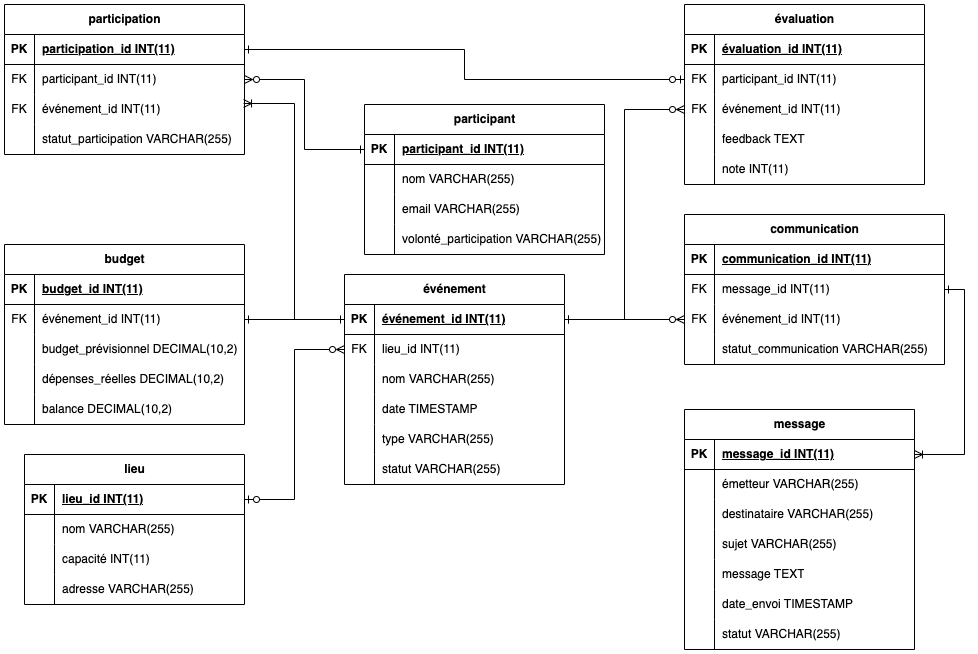
Earlier version of the draw.io export UML/Exercices/Correction/07b - Modèle Entité-Relation - Diagramme.png (nicolasvauchenet/cours_methodologie_1_formateur). Source tidied: cells renumbered, new cells last; positions are measured from the earlier drawing's top-left corner, leaving out a move shared by most shapes.
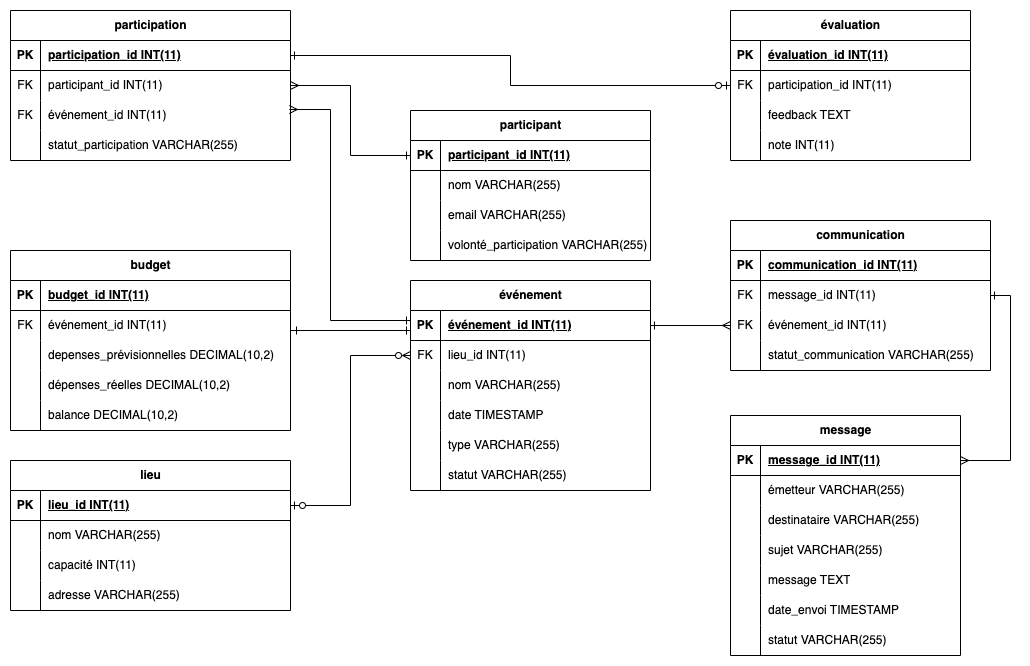
After the change.

The edit, as a diff of the source:
```diff
@@ -5,6 +5,6 @@
     <mxCell id="2" value="événement" style="shape=table;startSize=30;rowLines=0;fontStyle=1;align=center;html=1;" parent="1" vertex="1">
-      <mxGeometry x="340" y="270" width="220" height="210" as="geometry" />
+      <mxGeometry x="360" y="270" width="240" height="210" as="geometry" />
     </mxCell>
     <mxCell id="3" style="shape=tableRow;horizontal=0;startSize=0;swimlaneHead=0;swimlaneBody=0;fillColor=none;points=[[0,0.5],[1,0.5]];portConstraint=eastwest;top=0;left=0;right=0;bottom=1;" parent="2" vertex="1">
-      <mxGeometry y="30" width="220" height="30" as="geometry" />
+      <mxGeometry y="30" width="240" height="30" as="geometry" />
     </mxCell>
@@ -14,6 +14,6 @@
     <mxCell id="5" value="événement_id INT(11)" style="shape=partialRectangle;fillColor=none;top=0;left=0;bottom=0;right=0;align=left;spacingLeft=6;fontStyle=5;overflow=hidden;whiteSpace=wrap;html=1;" parent="3" vertex="1">
-      <mxGeometry x="30" width="190" height="30" as="geometry" />
+      <mxGeometry x="30" width="210" height="30" as="geometry" />
     </mxCell>
     <mxCell id="6" style="shape=tableRow;horizontal=0;startSize=0;swimlaneHead=0;swimlaneBody=0;fillColor=none;points=[[0,0.5],[1,0.5]];portConstraint=eastwest;top=0;left=0;right=0;bottom=0;" parent="2" vertex="1">
-      <mxGeometry y="60" width="220" height="30" as="geometry" />
+      <mxGeometry y="60" width="240" height="30" as="geometry" />
     </mxCell>
@@ -23,6 +23,6 @@
     <mxCell id="8" value="lieu_id INT(11)" style="shape=partialRectangle;fillColor=none;top=0;left=0;bottom=0;right=0;align=left;spacingLeft=6;overflow=hidden;whiteSpace=wrap;html=1;" parent="6" vertex="1">
-      <mxGeometry x="30" width="190" height="30" as="geometry" />
+      <mxGeometry x="30" width="210" height="30" as="geometry" />
     </mxCell>
     <mxCell id="9" style="shape=tableRow;horizontal=0;startSize=0;swimlaneHead=0;swimlaneBody=0;fillColor=none;top=0;left=0;right=0;bottom=0;" parent="2" vertex="1">
-      <mxGeometry y="90" width="220" height="30" as="geometry" />
+      <mxGeometry y="90" width="240" height="30" as="geometry" />
     </mxCell>
@@ -32,6 +32,6 @@
     <mxCell id="11" value="nom VARCHAR(255)" style="shape=partialRectangle;fillColor=none;top=0;left=0;bottom=0;right=0;align=left;spacingLeft=6;overflow=hidden;whiteSpace=wrap;html=1;" parent="9" vertex="1">
-      <mxGeometry x="30" width="190" height="30" as="geometry" />
+      <mxGeometry x="30" width="210" height="30" as="geometry" />
     </mxCell>
     <mxCell id="12" style="shape=tableRow;horizontal=0;startSize=0;swimlaneHead=0;swimlaneBody=0;fillColor=none;top=0;left=0;right=0;bottom=0;" parent="2" vertex="1">
-      <mxGeometry y="120" width="220" height="30" as="geometry" />
+      <mxGeometry y="120" width="240" height="30" as="geometry" />
     </mxCell>
@@ -41,6 +41,6 @@
     <mxCell id="14" value="date TIMESTAMP" style="shape=partialRectangle;fillColor=none;top=0;left=0;bottom=0;right=0;align=left;spacingLeft=6;overflow=hidden;whiteSpace=wrap;html=1;" parent="12" vertex="1">
-      <mxGeometry x="30" width="190" height="30" as="geometry" />
+      <mxGeometry x="30" width="210" height="30" as="geometry" />
     </mxCell>
     <mxCell id="15" style="shape=tableRow;horizontal=0;startSize=0;swimlaneHead=0;swimlaneBody=0;fillColor=none;top=0;left=0;right=0;bottom=0;" parent="2" vertex="1">
-      <mxGeometry y="150" width="220" height="30" as="geometry" />
+      <mxGeometry y="150" width="240" height="30" as="geometry" />
     </mxCell>
@@ -50,6 +50,6 @@
     <mxCell id="17" value="type VARCHAR(255)" style="shape=partialRectangle;fillColor=none;top=0;left=0;bottom=0;right=0;align=left;spacingLeft=6;overflow=hidden;whiteSpace=wrap;html=1;" parent="15" vertex="1">
-      <mxGeometry x="30" width="190" height="30" as="geometry" />
+      <mxGeometry x="30" width="210" height="30" as="geometry" />
     </mxCell>
     <mxCell id="18" style="shape=tableRow;horizontal=0;startSize=0;swimlaneHead=0;swimlaneBody=0;fillColor=none;top=0;left=0;right=0;bottom=0;" parent="2" vertex="1">
-      <mxGeometry y="180" width="220" height="30" as="geometry" />
+      <mxGeometry y="180" width="240" height="30" as="geometry" />
     </mxCell>
@@ -59,9 +59,9 @@
     <mxCell id="20" value="statut VARCHAR(255)" style="shape=partialRectangle;fillColor=none;top=0;left=0;bottom=0;right=0;align=left;spacingLeft=6;overflow=hidden;whiteSpace=wrap;html=1;" parent="18" vertex="1">
-      <mxGeometry x="30" width="190" height="30" as="geometry" />
+      <mxGeometry x="30" width="210" height="30" as="geometry" />
     </mxCell>
     <mxCell id="21" value="lieu" style="shape=table;startSize=30;rowLines=0;fontStyle=1;align=center;html=1;" parent="1" vertex="1">
-      <mxGeometry x="20" y="450" width="220" height="150" as="geometry" />
+      <mxGeometry x="-40" y="450" width="280" height="150" as="geometry" />
     </mxCell>
     <mxCell id="22" style="shape=tableRow;horizontal=0;startSize=0;swimlaneHead=0;swimlaneBody=0;fillColor=none;points=[[0,0.5],[1,0.5]];portConstraint=eastwest;top=0;left=0;right=0;bottom=1;" parent="21" vertex="1">
-      <mxGeometry y="30" width="220" height="30" as="geometry" />
+      <mxGeometry y="30" width="280" height="30" as="geometry" />
     </mxCell>
@@ -71,6 +71,6 @@
     <mxCell id="24" value="lieu_id INT(11)" style="shape=partialRectangle;fillColor=none;top=0;left=0;bottom=0;right=0;align=left;spacingLeft=6;fontStyle=5;overflow=hidden;whiteSpace=wrap;html=1;" parent="22" vertex="1">
-      <mxGeometry x="30" width="190" height="30" as="geometry" />
+      <mxGeometry x="30" width="250" height="30" as="geometry" />
     </mxCell>
     <mxCell id="25" style="shape=tableRow;horizontal=0;startSize=0;swimlaneHead=0;swimlaneBody=0;fillColor=none;top=0;left=0;right=0;bottom=0;" parent="21" vertex="1">
-      <mxGeometry y="60" width="220" height="30" as="geometry" />
+      <mxGeometry y="60" width="280" height="30" as="geometry" />
     </mxCell>
@@ -80,6 +80,6 @@
     <mxCell id="27" value="nom VARCHAR(255)" style="shape=partialRectangle;fillColor=none;top=0;left=0;bottom=0;right=0;align=left;spacingLeft=6;overflow=hidden;whiteSpace=wrap;html=1;" parent="25" vertex="1">
-      <mxGeometry x="30" width="190" height="30" as="geometry" />
+      <mxGeometry x="30" width="250" height="30" as="geometry" />
     </mxCell>
     <mxCell id="28" style="shape=tableRow;horizontal=0;startSize=0;swimlaneHead=0;swimlaneBody=0;fillColor=none;top=0;left=0;right=0;bottom=0;" parent="21" vertex="1">
-      <mxGeometry y="90" width="220" height="30" as="geometry" />
+      <mxGeometry y="90" width="280" height="30" as="geometry" />
     </mxCell>
@@ -89,6 +89,6 @@
     <mxCell id="30" value="capacité INT(11)" style="shape=partialRectangle;fillColor=none;top=0;left=0;bottom=0;right=0;align=left;spacingLeft=6;overflow=hidden;whiteSpace=wrap;html=1;" parent="28" vertex="1">
-      <mxGeometry x="30" width="190" height="30" as="geometry" />
+      <mxGeometry x="30" width="250" height="30" as="geometry" />
     </mxCell>
     <mxCell id="31" style="shape=tableRow;horizontal=0;startSize=0;swimlaneHead=0;swimlaneBody=0;fillColor=none;top=0;left=0;right=0;bottom=0;" parent="21" vertex="1">
-      <mxGeometry y="120" width="220" height="30" as="geometry" />
+      <mxGeometry y="120" width="280" height="30" as="geometry" />
     </mxCell>
@@ -98,3 +98,3 @@
     <mxCell id="33" value="adresse VARCHAR(255)" style="shape=partialRectangle;fillColor=none;top=0;left=0;bottom=0;right=0;align=left;spacingLeft=6;overflow=hidden;whiteSpace=wrap;html=1;" parent="31" vertex="1">
-      <mxGeometry x="30" width="190" height="30" as="geometry" />
+      <mxGeometry x="30" width="250" height="30" as="geometry" />
     </mxCell>
@@ -140,6 +140,6 @@
     <mxCell id="47" value="participation" style="shape=table;startSize=30;rowLines=0;fontStyle=1;align=center;html=1;" parent="1" vertex="1">
-      <mxGeometry width="240" height="150" as="geometry" />
+      <mxGeometry x="-40" width="280" height="150" as="geometry" />
     </mxCell>
     <mxCell id="48" style="shape=tableRow;horizontal=0;startSize=0;swimlaneHead=0;swimlaneBody=0;fillColor=none;points=[[0,0.5],[1,0.5]];portConstraint=eastwest;top=0;left=0;right=0;bottom=1;" parent="47" vertex="1">
-      <mxGeometry y="30" width="240" height="30" as="geometry" />
+      <mxGeometry y="30" width="280" height="30" as="geometry" />
     </mxCell>
@@ -149,6 +149,6 @@
     <mxCell id="50" value="participation_id INT(11)" style="shape=partialRectangle;fillColor=none;top=0;left=0;bottom=0;right=0;align=left;spacingLeft=6;fontStyle=5;overflow=hidden;whiteSpace=wrap;html=1;" parent="48" vertex="1">
-      <mxGeometry x="30" width="210" height="30" as="geometry" />
+      <mxGeometry x="30" width="250" height="30" as="geometry" />
     </mxCell>
     <mxCell id="51" style="shape=tableRow;horizontal=0;startSize=0;swimlaneHead=0;swimlaneBody=0;fillColor=none;points=[[0,0.5],[1,0.5]];portConstraint=eastwest;top=0;left=0;right=0;bottom=0;" parent="47" vertex="1">
-      <mxGeometry y="60" width="240" height="30" as="geometry" />
+      <mxGeometry y="60" width="280" height="30" as="geometry" />
     </mxCell>
@@ -158,6 +158,6 @@
     <mxCell id="53" value="participant_id INT(11)" style="shape=partialRectangle;fillColor=none;top=0;left=0;bottom=0;right=0;align=left;spacingLeft=6;overflow=hidden;whiteSpace=wrap;html=1;" parent="51" vertex="1">
-      <mxGeometry x="30" width="210" height="30" as="geometry" />
+      <mxGeometry x="30" width="250" height="30" as="geometry" />
     </mxCell>
     <mxCell id="54" style="shape=tableRow;horizontal=0;startSize=0;swimlaneHead=0;swimlaneBody=0;fillColor=none;points=[[0,0.5],[1,0.5]];portConstraint=eastwest;top=0;left=0;right=0;bottom=0;" parent="47" vertex="1">
-      <mxGeometry y="90" width="240" height="30" as="geometry" />
+      <mxGeometry y="90" width="280" height="30" as="geometry" />
     </mxCell>
@@ -167,6 +167,6 @@
     <mxCell id="56" value="événement_id INT(11)" style="shape=partialRectangle;fillColor=none;top=0;left=0;bottom=0;right=0;align=left;spacingLeft=6;overflow=hidden;whiteSpace=wrap;html=1;" parent="54" vertex="1">
-      <mxGeometry x="30" width="210" height="30" as="geometry" />
+      <mxGeometry x="30" width="250" height="30" as="geometry" />
     </mxCell>
     <mxCell id="57" style="shape=tableRow;horizontal=0;startSize=0;swimlaneHead=0;swimlaneBody=0;fillColor=none;top=0;left=0;right=0;bottom=0;" parent="47" vertex="1">
-      <mxGeometry y="120" width="240" height="30" as="geometry" />
+      <mxGeometry y="120" width="280" height="30" as="geometry" />
     </mxCell>
@@ -176,3 +176,3 @@
     <mxCell id="59" value="statut_participation VARCHAR(255)" style="shape=partialRectangle;fillColor=none;top=0;left=0;bottom=0;right=0;align=left;spacingLeft=6;overflow=hidden;whiteSpace=wrap;html=1;" parent="57" vertex="1">
-      <mxGeometry x="30" width="210" height="30" as="geometry" />
+      <mxGeometry x="30" width="250" height="30" as="geometry" />
     </mxCell>
@@ -284,6 +284,6 @@
     <mxCell id="95" value="budget" style="shape=table;startSize=30;rowLines=0;fontStyle=1;align=center;html=1;" parent="1" vertex="1">
-      <mxGeometry y="240" width="240" height="180" as="geometry" />
+      <mxGeometry x="-40" y="240" width="280" height="180" as="geometry" />
     </mxCell>
     <mxCell id="96" style="shape=tableRow;horizontal=0;startSize=0;swimlaneHead=0;swimlaneBody=0;fillColor=none;top=0;left=0;right=0;bottom=1;" parent="95" vertex="1">
-      <mxGeometry y="30" width="240" height="30" as="geometry" />
+      <mxGeometry y="30" width="280" height="30" as="geometry" />
     </mxCell>
@@ -293,6 +293,6 @@
     <mxCell id="98" value="budget_id INT(11)" style="shape=partialRectangle;fillColor=none;top=0;left=0;bottom=0;right=0;align=left;spacingLeft=6;fontStyle=5;overflow=hidden;whiteSpace=wrap;html=1;" parent="96" vertex="1">
-      <mxGeometry x="30" width="210" height="30" as="geometry" />
+      <mxGeometry x="30" width="250" height="30" as="geometry" />
     </mxCell>
     <mxCell id="99" style="shape=tableRow;horizontal=0;startSize=0;swimlaneHead=0;swimlaneBody=0;fillColor=none;points=[[0,0.5],[1,0.5]];portConstraint=eastwest;top=0;left=0;right=0;bottom=0;" parent="95" vertex="1">
-      <mxGeometry y="60" width="240" height="30" as="geometry" />
+      <mxGeometry y="60" width="280" height="30" as="geometry" />
     </mxCell>
@@ -302,6 +302,6 @@
     <mxCell id="101" value="événement_id INT(11)" style="shape=partialRectangle;fillColor=none;top=0;left=0;bottom=0;right=0;align=left;spacingLeft=6;overflow=hidden;whiteSpace=wrap;html=1;" parent="99" vertex="1">
-      <mxGeometry x="30" width="210" height="30" as="geometry" />
+      <mxGeometry x="30" width="250" height="30" as="geometry" />
     </mxCell>
     <mxCell id="102" style="shape=tableRow;horizontal=0;startSize=0;swimlaneHead=0;swimlaneBody=0;fillColor=none;top=0;left=0;right=0;bottom=0;" parent="95" vertex="1">
-      <mxGeometry y="90" width="240" height="30" as="geometry" />
+      <mxGeometry y="90" width="280" height="30" as="geometry" />
     </mxCell>
@@ -310,7 +310,7 @@
     </mxCell>
-    <mxCell id="104" value="budget_prévisionnel DECIMAL(10,2)" style="shape=partialRectangle;fillColor=none;top=0;left=0;bottom=0;right=0;align=left;spacingLeft=6;overflow=hidden;whiteSpace=wrap;html=1;" parent="102" vertex="1">
-      <mxGeometry x="30" width="210" height="30" as="geometry" />
+    <mxCell id="104" value="depenses_prévisionnelles&lt;span style=&quot;background-color: initial;&quot;&gt;&amp;nbsp;DECIMAL(10,2)&lt;/span&gt;" style="shape=partialRectangle;fillColor=none;top=0;left=0;bottom=0;right=0;align=left;spacingLeft=6;overflow=hidden;whiteSpace=wrap;html=1;" parent="102" vertex="1">
+      <mxGeometry x="30" width="250" height="30" as="geometry" />
     </mxCell>
     <mxCell id="105" style="shape=tableRow;horizontal=0;startSize=0;swimlaneHead=0;swimlaneBody=0;fillColor=none;top=0;left=0;right=0;bottom=0;" parent="95" vertex="1">
-      <mxGeometry y="120" width="240" height="30" as="geometry" />
+      <mxGeometry y="120" width="280" height="30" as="geometry" />
     </mxCell>
@@ -320,6 +320,6 @@
     <mxCell id="107" value="dépenses_réelles DECIMAL(10,2)" style="shape=partialRectangle;fillColor=none;top=0;left=0;bottom=0;right=0;align=left;spacingLeft=6;overflow=hidden;whiteSpace=wrap;html=1;" parent="105" vertex="1">
-      <mxGeometry x="30" width="210" height="30" as="geometry" />
+      <mxGeometry x="30" width="250" height="30" as="geometry" />
     </mxCell>
     <mxCell id="108" style="shape=tableRow;horizontal=0;startSize=0;swimlaneHead=0;swimlaneBody=0;fillColor=none;top=0;left=0;right=0;bottom=0;" parent="95" vertex="1">
-      <mxGeometry y="150" width="240" height="30" as="geometry" />
+      <mxGeometry y="150" width="280" height="30" as="geometry" />
     </mxCell>
@@ -329,6 +329,6 @@
     <mxCell id="110" value="balance DECIMAL(10,2)" style="shape=partialRectangle;fillColor=none;top=0;left=0;bottom=0;right=0;align=left;spacingLeft=6;overflow=hidden;whiteSpace=wrap;html=1;" parent="108" vertex="1">
-      <mxGeometry x="30" width="210" height="30" as="geometry" />
+      <mxGeometry x="30" width="250" height="30" as="geometry" />
     </mxCell>
     <mxCell id="111" value="évaluation" style="shape=table;startSize=30;rowLines=0;fontStyle=1;align=center;html=1;" parent="1" vertex="1">
-      <mxGeometry x="680" width="240" height="180" as="geometry" />
+      <mxGeometry x="680" width="240" height="150" as="geometry" />
     </mxCell>
@@ -349,16 +349,7 @@
     </mxCell>
-    <mxCell id="117" value="participant_id INT(11)" style="shape=partialRectangle;fillColor=none;top=0;left=0;bottom=0;right=0;align=left;spacingLeft=6;overflow=hidden;whiteSpace=wrap;html=1;" parent="115" vertex="1">
+    <mxCell id="117" value="participation_id INT(11)" style="shape=partialRectangle;fillColor=none;top=0;left=0;bottom=0;right=0;align=left;spacingLeft=6;overflow=hidden;whiteSpace=wrap;html=1;" parent="115" vertex="1">
       <mxGeometry x="30" width="210" height="30" as="geometry" />
     </mxCell>
-    <mxCell id="118" style="shape=tableRow;horizontal=0;startSize=0;swimlaneHead=0;swimlaneBody=0;fillColor=none;points=[[0,0.5],[1,0.5]];portConstraint=eastwest;top=0;left=0;right=0;bottom=0;" parent="111" vertex="1">
-      <mxGeometry y="90" width="240" height="30" as="geometry" />
-    </mxCell>
-    <mxCell id="119" value="FK" style="shape=partialRectangle;fillColor=none;top=0;left=0;bottom=0;right=0;overflow=hidden;whiteSpace=wrap;html=1;" parent="118" vertex="1">
-      <mxGeometry width="30" height="30" as="geometry" />
-    </mxCell>
-    <mxCell id="120" value="événement_id INT(11)" style="shape=partialRectangle;fillColor=none;top=0;left=0;bottom=0;right=0;align=left;spacingLeft=6;overflow=hidden;whiteSpace=wrap;html=1;" parent="118" vertex="1">
-      <mxGeometry x="30" width="210" height="30" as="geometry" />
-    </mxCell>
     <mxCell id="121" style="shape=tableRow;horizontal=0;startSize=0;swimlaneHead=0;swimlaneBody=0;fillColor=none;top=0;left=0;right=0;bottom=0;" parent="111" vertex="1">
-      <mxGeometry y="120" width="240" height="30" as="geometry" />
+      <mxGeometry y="90" width="240" height="30" as="geometry" />
     </mxCell>
@@ -371,3 +362,3 @@
     <mxCell id="124" style="shape=tableRow;horizontal=0;startSize=0;swimlaneHead=0;swimlaneBody=0;fillColor=none;top=0;left=0;right=0;bottom=0;" parent="111" vertex="1">
-      <mxGeometry y="150" width="240" height="30" as="geometry" />
+      <mxGeometry y="120" width="240" height="30" as="geometry" />
     </mxCell>
@@ -382,18 +373,28 @@
     </mxCell>
-    <mxCell id="128" style="edgeStyle=orthogonalEdgeStyle;rounded=0;jettySize=auto;html=1;entryX=1;entryY=0.5;entryDx=0;entryDy=0;endArrow=ERzeroToMany;endFill=0;startArrow=ERone;startFill=0;" parent="1" edge="1" source="35" target="51">
+    <mxCell id="128" style="edgeStyle=orthogonalEdgeStyle;rounded=0;jettySize=auto;html=1;entryX=1;entryY=0.5;entryDx=0;entryDy=0;endArrow=ERmany;endFill=0;startArrow=ERone;startFill=0;" parent="1" edge="1" source="35" target="51">
       <mxGeometry relative="1" as="geometry" />
     </mxCell>
-    <mxCell id="129" style="edgeStyle=orthogonalEdgeStyle;rounded=0;jettySize=auto;html=1;entryX=0.996;entryY=0.3;entryDx=0;entryDy=0;entryPerimeter=0;endArrow=ERoneToMany;endFill=0;startArrow=ERone;startFill=0;" parent="1" edge="1" source="3" target="54">
-      <mxGeometry relative="1" as="geometry" />
+    <mxCell id="129" style="edgeStyle=orthogonalEdgeStyle;rounded=0;jettySize=auto;html=1;entryX=0.996;entryY=0.3;entryDx=0;entryDy=0;entryPerimeter=0;endArrow=ERmany;endFill=0;startArrow=ERone;startFill=0;" parent="1" edge="1" source="3" target="54">
+      <mxGeometry relative="1" as="geometry">
+        <Array as="points">
+          <mxPoint x="280" y="310" />
+          <mxPoint x="280" y="99" />
+        </Array>
+      </mxGeometry>
     </mxCell>
-    <mxCell id="130" style="edgeStyle=orthogonalEdgeStyle;rounded=0;jettySize=auto;html=1;entryX=0;entryY=0.5;entryDx=0;entryDy=0;endArrow=ERzeroToMany;endFill=0;startArrow=ERone;startFill=0;" parent="1" edge="1" source="3" target="118">
+    <mxCell id="130" style="edgeStyle=orthogonalEdgeStyle;rounded=0;jettySize=auto;html=1;entryX=0;entryY=0.5;entryDx=0;entryDy=0;endArrow=ERzeroToMany;endFill=0;startArrow=ERone;startFill=0;" parent="1" edge="1" source="3" target="x">
       <mxGeometry relative="1" as="geometry" />
     </mxCell>
-    <mxCell id="131" style="edgeStyle=orthogonalEdgeStyle;rounded=0;jettySize=auto;html=1;entryX=1;entryY=0.5;entryDx=0;entryDy=0;endArrow=ERone;endFill=0;" parent="1" edge="1" source="3" target="99">
-      <mxGeometry relative="1" as="geometry" />
+    <mxCell id="131" style="edgeStyle=orthogonalEdgeStyle;rounded=0;jettySize=auto;html=1;endArrow=ERone;endFill=0;startArrow=ERone;startFill=0;" parent="1" edge="1" source="3">
+      <mxGeometry relative="1" as="geometry">
+        <mxPoint x="250" y="320" as="targetPoint" />
+        <Array as="points">
+          <mxPoint x="240" y="320" />
+        </Array>
+      </mxGeometry>
     </mxCell>
-    <mxCell id="132" style="edgeStyle=orthogonalEdgeStyle;rounded=0;jettySize=auto;html=1;entryX=0;entryY=0.5;entryDx=0;entryDy=0;endArrow=ERzeroToMany;endFill=0;startArrow=ERone;startFill=0;" parent="1" edge="1" source="3" target="89">
+    <mxCell id="132" style="edgeStyle=orthogonalEdgeStyle;rounded=0;jettySize=auto;html=1;entryX=0;entryY=0.5;entryDx=0;entryDy=0;endArrow=ERmany;endFill=0;startArrow=ERone;startFill=0;" parent="1" edge="1" source="3" target="89">
       <mxGeometry relative="1" as="geometry" />
     </mxCell>
-    <mxCell id="133" style="edgeStyle=orthogonalEdgeStyle;rounded=0;jettySize=auto;html=1;entryX=1;entryY=0.5;entryDx=0;entryDy=0;endArrow=ERone;endFill=0;startArrow=ERoneToMany;startFill=0;exitX=1;exitY=0.5;exitDx=0;exitDy=0;" parent="1" edge="1" source="61" target="86">
+    <mxCell id="133" style="edgeStyle=orthogonalEdgeStyle;rounded=0;jettySize=auto;html=1;entryX=1;entryY=0.5;entryDx=0;entryDy=0;endArrow=ERone;endFill=0;startArrow=ERmany;startFill=0;exitX=1;exitY=0.5;exitDx=0;exitDy=0;" parent="1" edge="1" source="61" target="86">
       <mxGeometry relative="1" as="geometry" />
```
